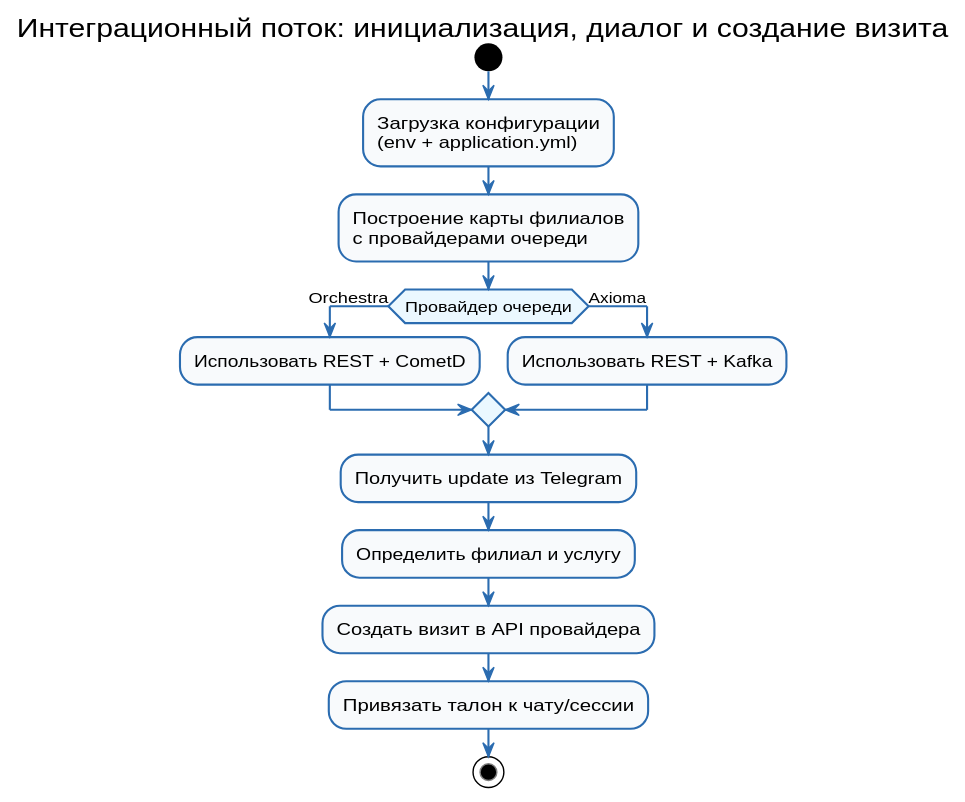
Above: docs/diagrams/integration-flow.svg in psokolov25/chatBotJava (PlantUML), before the change.
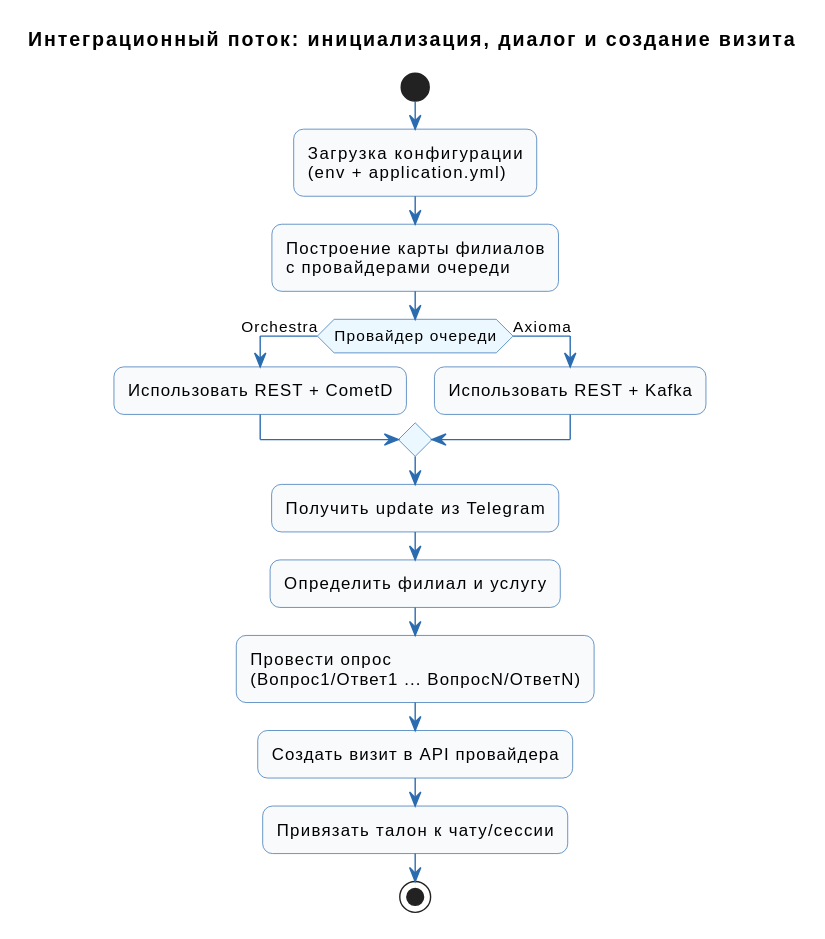
Later version of the same file.

What changed in the source:
```diff
@@ -21,6 +21,8 @@
 endif
 :Получить update из Telegram;
 :Определить филиал и услугу;
+:Провести опрос
+(Вопрос1/Ответ1 ... ВопросN/ОтветN);
 :Создать визит в API провайдера;
 :Привязать талон к чату/сессии;
 stop
```
